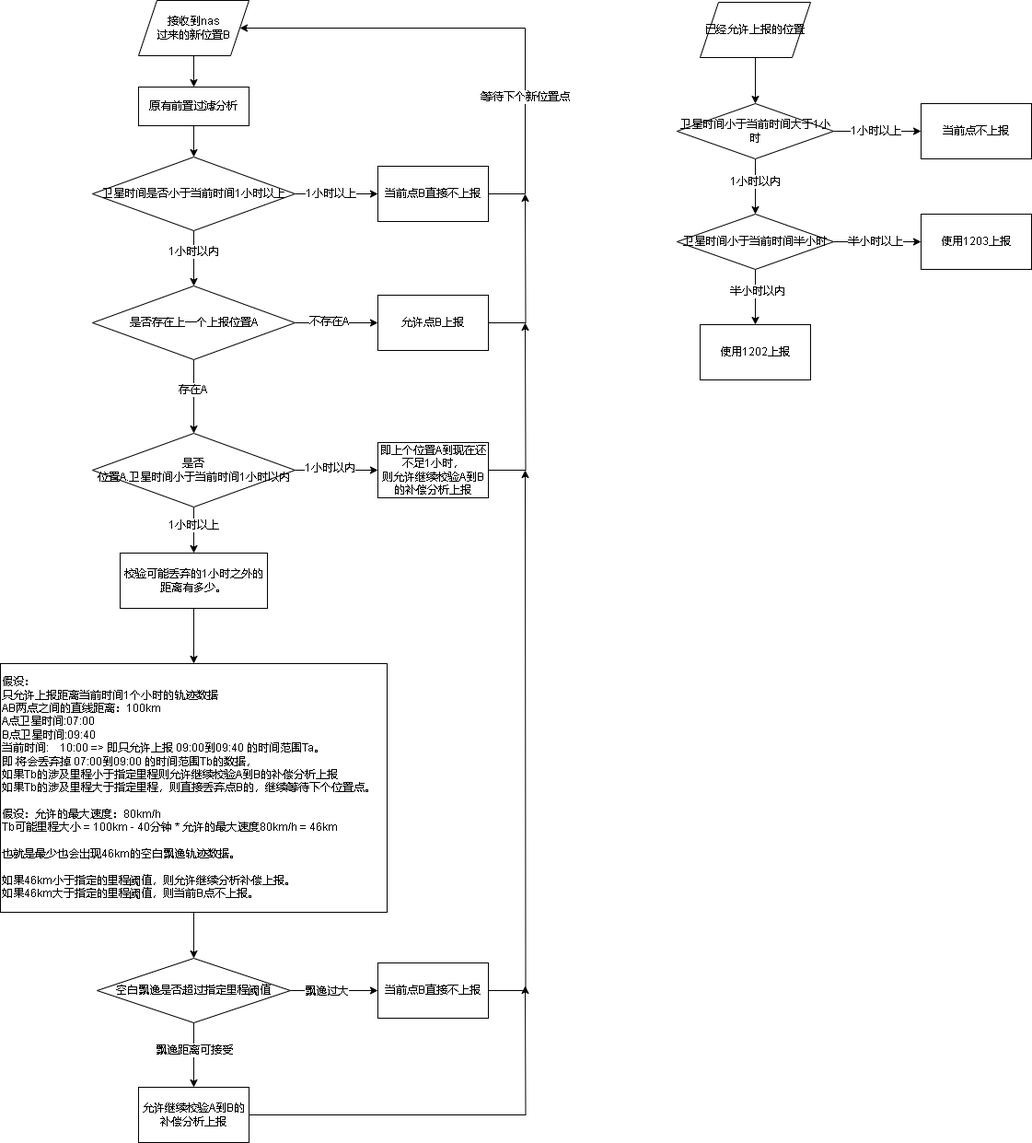
This is 809轨迹时间异常.drawio.png from xktder/draw, a draw.io export, as it was before one commit. Source tidied: cells renumbered, new cells last; positions are measured from the earlier drawing's top-left corner, leaving out a move shared by most shapes.
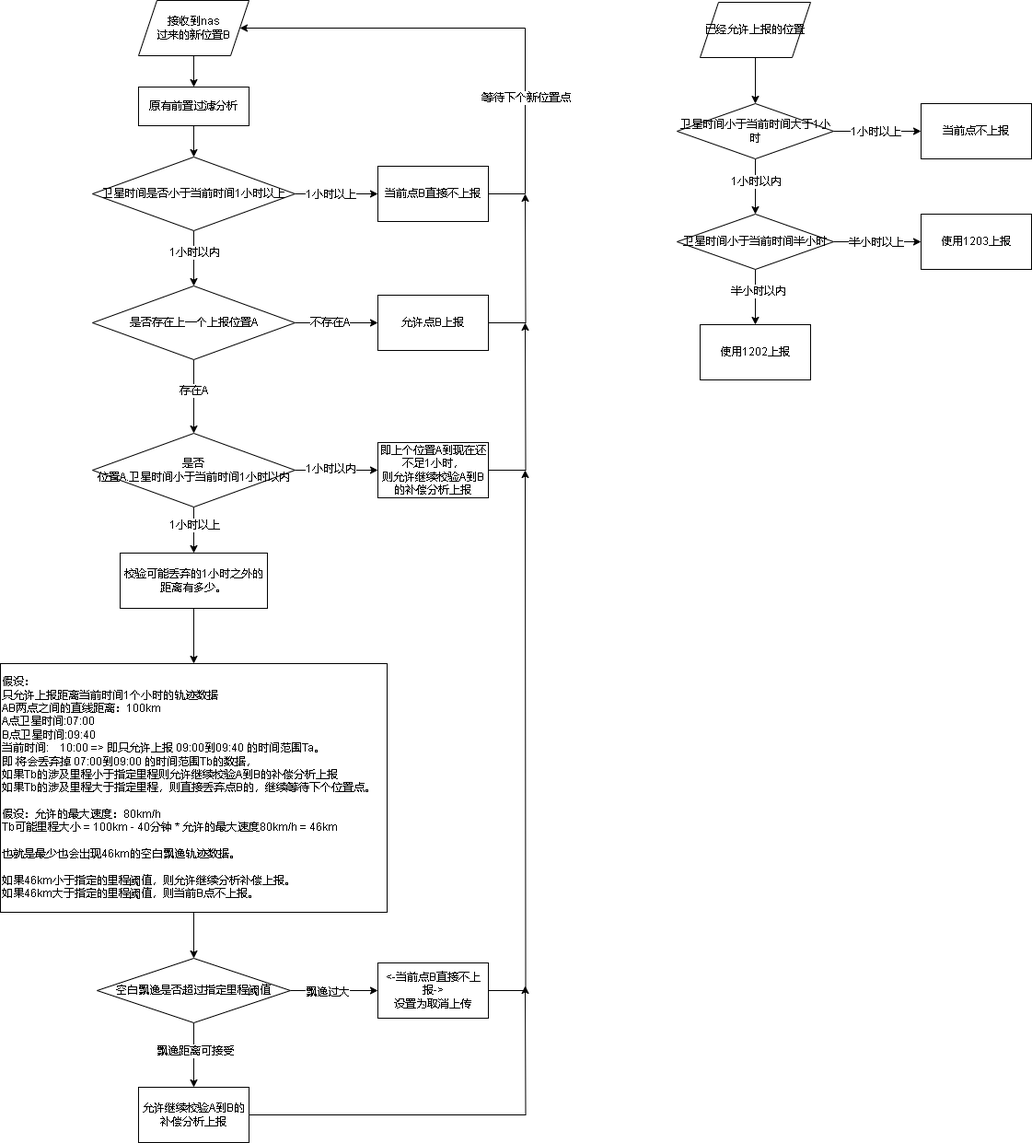
Later version of the same file.

Commit message:
更新809轨迹时间异常.drawio.png

The edit, as a diff of the source:
```diff
@@ -115,7 +115,7 @@
         <mxPoint x="570" y="510" as="targetPoint" />
       </mxGeometry>
     </mxCell>
-    <mxCell id="36" value="当前点B直接不上报" style="whiteSpace=wrap;html=1;rounded=0;" parent="1" vertex="1">
+    <mxCell id="36" value="&amp;lt;-当前点B直接不上报-&amp;gt;&lt;br&gt;设置为取消上传" style="whiteSpace=wrap;html=1;rounded=0;" parent="1" vertex="1">
       <mxGeometry x="410" y="1045" width="120" height="60" as="geometry" />
     </mxCell>
     <mxCell id="37" style="edgeStyle=orthogonalEdgeStyle;rounded=0;jettySize=auto;html=1;" parent="1" edge="1" source="38">
```
